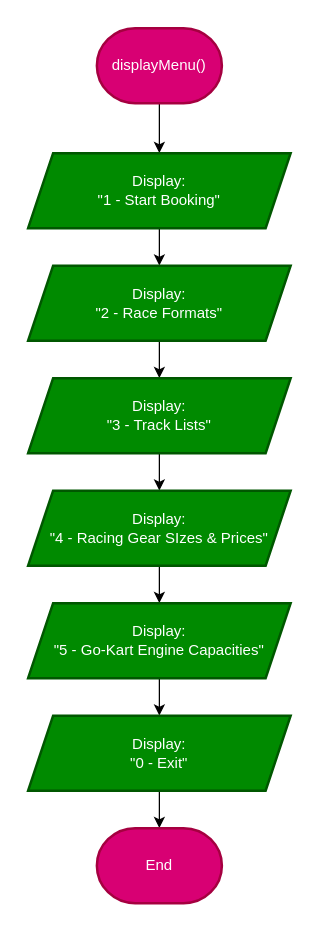
This is Flowcharts (draw.io)/02. displayMenu.drawio from shahxvi/csc126-group-project, a draw.io file, before an edit. Source tidied: cells renumbered, new cells numbered last; positions are measured from the earlier drawing's top-left corner, leaving out a move shared by most shapes. Both pictures are drawn from the tidied source at 125%, with x=0, y=0 at pixel (28, 28).
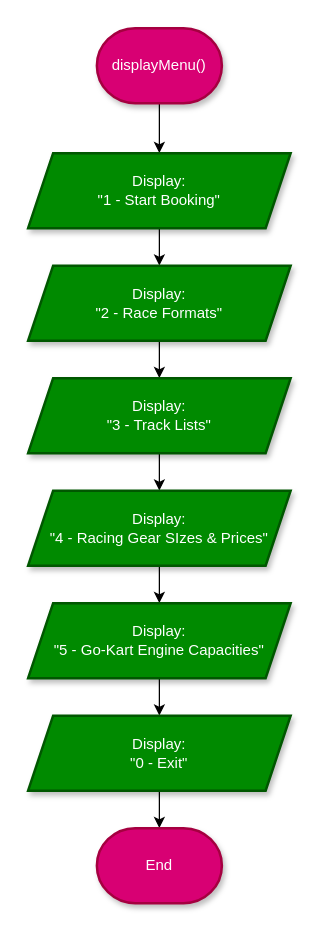
Above is the later version.

Diff of the diagram source:
```diff
@@
 <mxGraphModel>
   <root>
     <mxCell id="0" />
     <mxCell id="1" parent="0" />
     <mxCell id="2" style="edgeStyle=orthogonalEdgeStyle;rounded=0;jettySize=auto;html=1;" parent="1" edge="1" source="3" target="5">
       <mxGeometry relative="1" as="geometry" />
     </mxCell>
-    <mxCell id="3" value="displayMenu()" style="strokeWidth=2;html=1;shape=mxgraph.flowchart.terminator;whiteSpace=wrap;fillColor=#d80073;fontColor=#ffffff;strokeColor=#A50040;" parent="1" vertex="1">
+    <mxCell id="3" value="displayMenu()" style="strokeWidth=2;html=1;shape=mxgraph.flowchart.terminator;whiteSpace=wrap;fillColor=#d80073;fontColor=#ffffff;strokeColor=#A50040;shadow=1;" parent="1" vertex="1">
       <mxGeometry x="55" width="100" height="60" as="geometry" />
     </mxCell>
     <mxCell id="4" style="edgeStyle=orthogonalEdgeStyle;rounded=0;jettySize=auto;html=1;" parent="1" edge="1" source="5" target="7">
       <mxGeometry relative="1" as="geometry" />
     </mxCell>
-    <mxCell id="5" value="Display:&lt;div&gt;&quot;1 - Start Booking&quot;&lt;/div&gt;" style="shape=parallelogram;perimeter=parallelogramPerimeter;whiteSpace=wrap;html=1;fixedSize=1;fillColor=#008a00;strokeColor=#005700;fontColor=#ffffff;strokeWidth=2;" parent="1" vertex="1">
+    <mxCell id="5" value="Display:&lt;div&gt;&quot;1 - Start Booking&quot;&lt;/div&gt;" style="shape=parallelogram;perimeter=parallelogramPerimeter;whiteSpace=wrap;html=1;fixedSize=1;fillColor=#008a00;strokeColor=#005700;fontColor=#ffffff;strokeWidth=2;shadow=1;" parent="1" vertex="1">
       <mxGeometry y="100" width="210" height="60" as="geometry" />
     </mxCell>
     <mxCell id="6" style="edgeStyle=orthogonalEdgeStyle;rounded=0;jettySize=auto;html=1;" parent="1" edge="1" source="7" target="9">
       <mxGeometry relative="1" as="geometry" />
     </mxCell>
-    <mxCell id="7" value="Display:&lt;div&gt;&quot;2 - Race Formats&quot;&lt;/div&gt;" style="shape=parallelogram;perimeter=parallelogramPerimeter;whiteSpace=wrap;html=1;fixedSize=1;fillColor=#008a00;strokeColor=#005700;fontColor=#ffffff;strokeWidth=2;" parent="1" vertex="1">
+    <mxCell id="7" value="Display:&lt;div&gt;&quot;2 - Race Formats&quot;&lt;/div&gt;" style="shape=parallelogram;perimeter=parallelogramPerimeter;whiteSpace=wrap;html=1;fixedSize=1;fillColor=#008a00;strokeColor=#005700;fontColor=#ffffff;strokeWidth=2;shadow=1;" parent="1" vertex="1">
       <mxGeometry y="190" width="210" height="60" as="geometry" />
     </mxCell>
     <mxCell id="8" style="edgeStyle=orthogonalEdgeStyle;rounded=0;jettySize=auto;html=1;" parent="1" edge="1" source="9" target="11">
       <mxGeometry relative="1" as="geometry" />
     </mxCell>
-    <mxCell id="9" value="Display:&lt;div&gt;&quot;3 - Track Lists&quot;&lt;/div&gt;" style="shape=parallelogram;perimeter=parallelogramPerimeter;whiteSpace=wrap;html=1;fixedSize=1;fillColor=#008a00;strokeColor=#005700;fontColor=#ffffff;strokeWidth=2;" parent="1" vertex="1">
+    <mxCell id="9" value="Display:&lt;div&gt;&quot;3 - Track Lists&quot;&lt;/div&gt;" style="shape=parallelogram;perimeter=parallelogramPerimeter;whiteSpace=wrap;html=1;fixedSize=1;fillColor=#008a00;strokeColor=#005700;fontColor=#ffffff;strokeWidth=2;shadow=1;" parent="1" vertex="1">
       <mxGeometry y="280" width="210" height="60" as="geometry" />
     </mxCell>
     <mxCell id="10" style="edgeStyle=orthogonalEdgeStyle;rounded=0;jettySize=auto;html=1;" parent="1" edge="1" source="11" target="13">
       <mxGeometry relative="1" as="geometry" />
     </mxCell>
-    <mxCell id="11" value="Display:&lt;div&gt;&quot;4 - Racing Gear SIzes &amp;amp; Prices&quot;&lt;/div&gt;" style="shape=parallelogram;perimeter=parallelogramPerimeter;whiteSpace=wrap;html=1;fixedSize=1;fillColor=#008a00;strokeColor=#005700;fontColor=#ffffff;strokeWidth=2;" parent="1" vertex="1">
+    <mxCell id="11" value="Display:&lt;div&gt;&quot;4 - Racing Gear SIzes &amp;amp; Prices&quot;&lt;/div&gt;" style="shape=parallelogram;perimeter=parallelogramPerimeter;whiteSpace=wrap;html=1;fixedSize=1;fillColor=#008a00;strokeColor=#005700;fontColor=#ffffff;strokeWidth=2;shadow=1;" parent="1" vertex="1">
       <mxGeometry y="370" width="210" height="60" as="geometry" />
     </mxCell>
     <mxCell id="12" style="edgeStyle=orthogonalEdgeStyle;rounded=0;jettySize=auto;html=1;" parent="1" edge="1" source="13" target="15">
       <mxGeometry relative="1" as="geometry" />
     </mxCell>
-    <mxCell id="13" value="Display:&lt;div&gt;&quot;5 - Go-Kart Engine Capacities&quot;&lt;/div&gt;" style="shape=parallelogram;perimeter=parallelogramPerimeter;whiteSpace=wrap;html=1;fixedSize=1;fillColor=#008a00;strokeColor=#005700;fontColor=#ffffff;strokeWidth=2;" parent="1" vertex="1">
+    <mxCell id="13" value="Display:&lt;div&gt;&quot;5 - Go-Kart Engine Capacities&quot;&lt;/div&gt;" style="shape=parallelogram;perimeter=parallelogramPerimeter;whiteSpace=wrap;html=1;fixedSize=1;fillColor=#008a00;strokeColor=#005700;fontColor=#ffffff;strokeWidth=2;shadow=1;" parent="1" vertex="1">
       <mxGeometry y="460" width="210" height="60" as="geometry" />
     </mxCell>
     <mxCell id="14" style="edgeStyle=orthogonalEdgeStyle;rounded=0;jettySize=auto;html=1;" parent="1" edge="1" source="15" target="16">
       <mxGeometry relative="1" as="geometry" />
     </mxCell>
-    <mxCell id="15" value="Display:&lt;div&gt;&quot;0 - Exit&quot;&lt;/div&gt;" style="shape=parallelogram;perimeter=parallelogramPerimeter;whiteSpace=wrap;html=1;fixedSize=1;fillColor=#008a00;strokeColor=#005700;fontColor=#ffffff;strokeWidth=2;" parent="1" vertex="1">
+    <mxCell id="15" value="Display:&lt;div&gt;&quot;0 - Exit&quot;&lt;/div&gt;" style="shape=parallelogram;perimeter=parallelogramPerimeter;whiteSpace=wrap;html=1;fixedSize=1;fillColor=#008a00;strokeColor=#005700;fontColor=#ffffff;strokeWidth=2;shadow=1;" parent="1" vertex="1">
       <mxGeometry y="550" width="210" height="60" as="geometry" />
     </mxCell>
-    <mxCell id="16" value="End" style="strokeWidth=2;html=1;shape=mxgraph.flowchart.terminator;whiteSpace=wrap;fillColor=#d80073;fontColor=#ffffff;strokeColor=#A50040;" parent="1" vertex="1">
+    <mxCell id="16" value="End" style="strokeWidth=2;html=1;shape=mxgraph.flowchart.terminator;whiteSpace=wrap;fillColor=#d80073;fontColor=#ffffff;strokeColor=#A50040;shadow=1;" parent="1" vertex="1">
       <mxGeometry x="55" y="640" width="100" height="60" as="geometry" />
     </mxCell>
   </root>
 </mxGraphModel>
```
